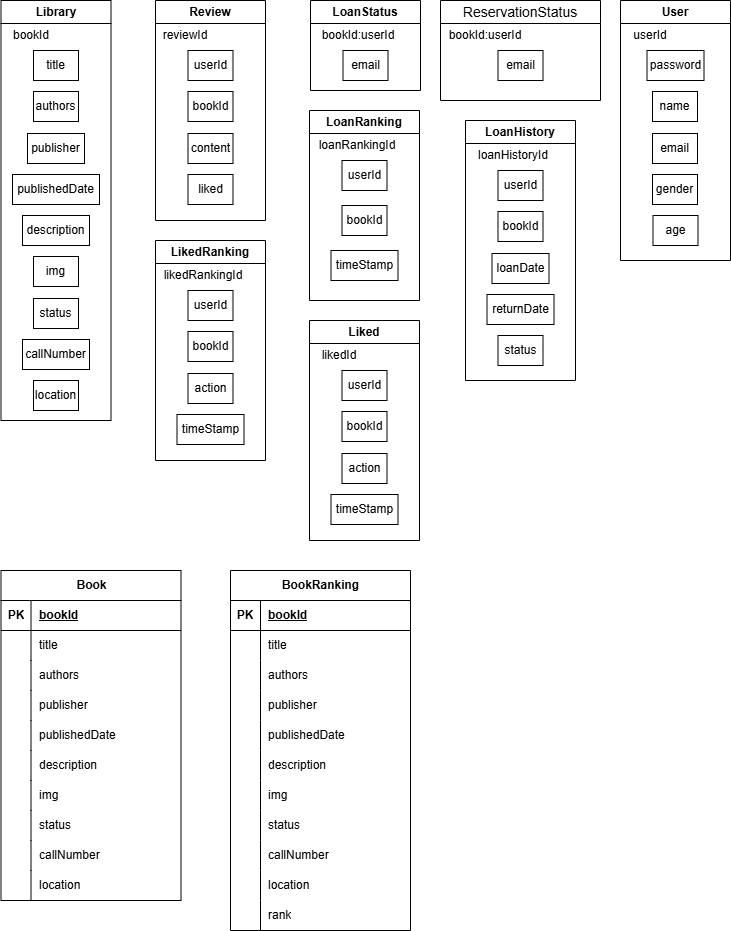
Before: Docs/도서관리_DB.png, a diagram exported from draw.io (minjuKwon/library-app). Source tidied: cells renumbered, new cells last; positions are measured from the earlier drawing's top-left corner, leaving out a move shared by most shapes.
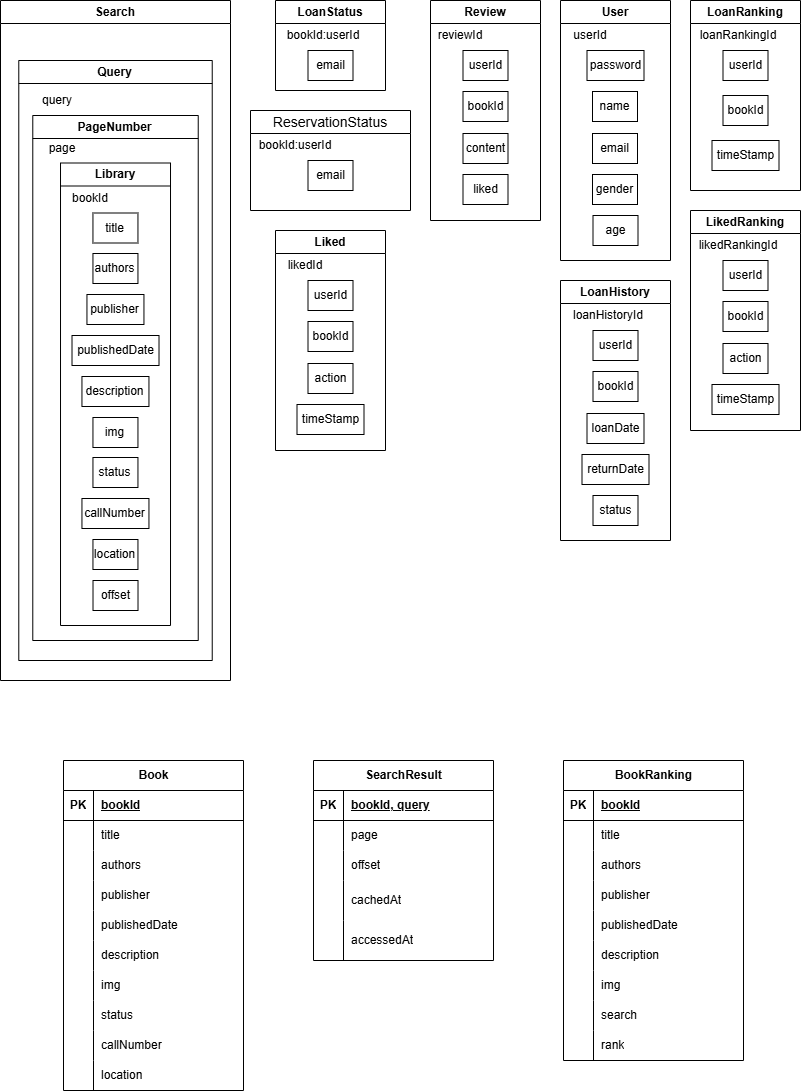
Later version of the same file.

Change to the diagram source:
```diff
@@ -2,41 +2,8 @@
   <root>
     <mxCell id="0" />
     <mxCell id="1" parent="0" />
-    <mxCell id="2" value="Library" style="swimlane;whiteSpace=wrap;html=1;" parent="1" vertex="1">
-      <mxGeometry x="0.5" width="110" height="420" as="geometry" />
-    </mxCell>
-    <mxCell id="3" value="bookId" style="text;html=1;align=center;verticalAlign=middle;whiteSpace=wrap;rounded=0;" parent="2" vertex="1">
-      <mxGeometry y="20" width="60" height="30" as="geometry" />
-    </mxCell>
-    <mxCell id="4" value="title" style="rounded=0;whiteSpace=wrap;html=1;flipH=1;flipV=0;" parent="2" vertex="1">
-      <mxGeometry x="32.5" y="50" width="45" height="30" as="geometry" />
-    </mxCell>
-    <mxCell id="5" value="authors" style="rounded=0;whiteSpace=wrap;html=1;flipH=1;flipV=0;" parent="2" vertex="1">
-      <mxGeometry x="32.5" y="91" width="45" height="30" as="geometry" />
-    </mxCell>
-    <mxCell id="6" value="publisher" style="rounded=0;whiteSpace=wrap;html=1;flipH=1;flipV=0;" parent="2" vertex="1">
-      <mxGeometry x="26.5" y="133" width="57" height="30" as="geometry" />
-    </mxCell>
-    <mxCell id="7" value="publishedDate" style="rounded=0;whiteSpace=wrap;html=1;flipH=1;flipV=0;" parent="2" vertex="1">
-      <mxGeometry x="11.5" y="174" width="87" height="30" as="geometry" />
-    </mxCell>
-    <mxCell id="8" value="description" style="rounded=0;whiteSpace=wrap;html=1;flipH=1;flipV=0;" parent="2" vertex="1">
-      <mxGeometry x="21.5" y="215" width="67" height="30" as="geometry" />
-    </mxCell>
-    <mxCell id="9" value="img" style="rounded=0;whiteSpace=wrap;html=1;flipH=1;flipV=0;" parent="2" vertex="1">
-      <mxGeometry x="32.5" y="256" width="45" height="30" as="geometry" />
-    </mxCell>
-    <mxCell id="10" value="s&lt;span style=&quot;background-color: transparent; color: light-dark(rgb(0, 0, 0), rgb(255, 255, 255));&quot;&gt;tatus&lt;/span&gt;" style="rounded=0;whiteSpace=wrap;html=1;flipH=1;flipV=0;" parent="2" vertex="1">
-      <mxGeometry x="32.5" y="298" width="45" height="30" as="geometry" />
-    </mxCell>
-    <mxCell id="11" value="callNumber" style="rounded=0;whiteSpace=wrap;html=1;flipH=1;flipV=0;" parent="2" vertex="1">
-      <mxGeometry x="21.5" y="339" width="67" height="30" as="geometry" />
-    </mxCell>
-    <mxCell id="12" value="location" style="rounded=0;whiteSpace=wrap;html=1;flipH=1;flipV=0;" parent="2" vertex="1">
-      <mxGeometry x="32.5" y="380" width="45" height="30" as="geometry" />
-    </mxCell>
     <mxCell id="13" value="Review" style="swimlane;whiteSpace=wrap;html=1;" parent="1" vertex="1">
-      <mxGeometry x="155" width="110" height="220" as="geometry" />
+      <mxGeometry x="390" y="-20" width="110" height="220" as="geometry" />
     </mxCell>
     <mxCell id="14" value="reviewId" style="text;html=1;align=center;verticalAlign=middle;whiteSpace=wrap;rounded=0;" parent="13" vertex="1">
       <mxGeometry y="20" width="60" height="30" as="geometry" />
@@ -54,7 +21,7 @@
       <mxGeometry x="32.5" y="174" width="45" height="30" as="geometry" />
     </mxCell>
     <mxCell id="19" value="LoanStatus" style="swimlane;whiteSpace=wrap;html=1;" parent="1" vertex="1">
-      <mxGeometry x="310" width="110" height="90" as="geometry" />
+      <mxGeometry x="235" y="-20" width="110" height="90" as="geometry" />
     </mxCell>
     <mxCell id="20" value="bookId:userId" style="text;html=1;align=center;verticalAlign=middle;whiteSpace=wrap;rounded=0;" parent="19" vertex="1">
       <mxGeometry x="17.5" y="20" width="60" height="30" as="geometry" />
@@ -63,7 +30,7 @@
       <mxGeometry x="32.5" y="50" width="45" height="30" as="geometry" />
     </mxCell>
     <mxCell id="22" value="&lt;span style=&quot;font-family: -apple-system, BlinkMacSystemFont, &amp;quot;Helvetica Neue&amp;quot;, Arial, &amp;quot;Microsoft Yahei&amp;quot;, simsun, &amp;quot;Apple SD Gothic Neo&amp;quot;, NanumGothic, Dotum, 새굴림, sans-serif; font-size: 14px; font-weight: 400; text-align: left;&quot;&gt;&lt;font style=&quot;color: rgb(0, 0, 0);&quot;&gt;ReservationStatus&lt;/font&gt;&lt;/span&gt;" style="swimlane;whiteSpace=wrap;html=1;" parent="1" vertex="1">
-      <mxGeometry x="440" width="160" height="100" as="geometry" />
+      <mxGeometry x="210" y="90" width="160" height="100" as="geometry" />
     </mxCell>
     <mxCell id="23" value="bookId:userId" style="text;html=1;align=center;verticalAlign=middle;whiteSpace=wrap;rounded=0;" parent="22" vertex="1">
       <mxGeometry x="15" y="20" width="60" height="30" as="geometry" />
@@ -72,7 +39,7 @@
       <mxGeometry x="57.5" y="50" width="45" height="30" as="geometry" />
     </mxCell>
     <mxCell id="25" value="User" style="swimlane;whiteSpace=wrap;html=1;" parent="1" vertex="1">
-      <mxGeometry x="620" width="110" height="260" as="geometry" />
+      <mxGeometry x="520" y="-20" width="110" height="260" as="geometry" />
     </mxCell>
     <mxCell id="26" value="userId" style="text;html=1;align=center;verticalAlign=middle;whiteSpace=wrap;rounded=0;" parent="25" vertex="1">
       <mxGeometry y="20" width="60" height="30" as="geometry" />
@@ -93,7 +60,7 @@
       <mxGeometry x="32.5" y="215" width="45" height="30" as="geometry" />
     </mxCell>
     <mxCell id="32" value="LoanRanking" style="swimlane;whiteSpace=wrap;html=1;startSize=23;" parent="1" vertex="1">
-      <mxGeometry x="309" y="110" width="110" height="190" as="geometry" />
+      <mxGeometry x="650" y="-20" width="110" height="190" as="geometry" />
     </mxCell>
     <mxCell id="33" value="loanRankingId" style="text;html=1;align=center;verticalAlign=middle;whiteSpace=wrap;rounded=0;" parent="32" vertex="1">
       <mxGeometry x="18" y="20" width="60" height="30" as="geometry" />
@@ -108,7 +75,7 @@
       <mxGeometry x="21.5" y="140" width="67" height="30" as="geometry" />
     </mxCell>
     <mxCell id="37" value="LikedRanking" style="swimlane;whiteSpace=wrap;html=1;" parent="1" vertex="1">
-      <mxGeometry x="155" y="240" width="110" height="220" as="geometry" />
+      <mxGeometry x="650" y="190" width="110" height="220" as="geometry" />
     </mxCell>
     <mxCell id="38" value="likedRankingId" style="text;html=1;align=center;verticalAlign=middle;whiteSpace=wrap;rounded=0;" parent="37" vertex="1">
       <mxGeometry x="18" y="20" width="60" height="30" as="geometry" />
@@ -126,7 +93,7 @@
       <mxGeometry x="21.5" y="174" width="67" height="30" as="geometry" />
     </mxCell>
     <mxCell id="43" value="LoanHistory" style="swimlane;whiteSpace=wrap;html=1;" parent="1" vertex="1">
-      <mxGeometry x="465" y="120" width="110" height="260" as="geometry" />
+      <mxGeometry x="520" y="260" width="110" height="260" as="geometry" />
     </mxCell>
     <mxCell id="44" value="loanHistoryId" style="text;html=1;align=center;verticalAlign=middle;whiteSpace=wrap;rounded=0;" parent="43" vertex="1">
       <mxGeometry x="18" y="20" width="60" height="30" as="geometry" />
@@ -147,7 +114,7 @@
       <mxGeometry x="32.5" y="215" width="45" height="30" as="geometry" />
     </mxCell>
     <mxCell id="50" value="Liked" style="swimlane;whiteSpace=wrap;html=1;" parent="1" vertex="1">
-      <mxGeometry x="309" y="320" width="110" height="220" as="geometry" />
+      <mxGeometry x="235" y="210" width="110" height="220" as="geometry" />
     </mxCell>
     <mxCell id="51" value="likedId" style="text;html=1;align=center;verticalAlign=middle;whiteSpace=wrap;rounded=0;" parent="50" vertex="1">
       <mxGeometry y="20" width="60" height="30" as="geometry" />
@@ -165,7 +132,7 @@
       <mxGeometry x="21.5" y="174" width="67" height="30" as="geometry" />
     </mxCell>
     <mxCell id="56" value="Book" style="shape=table;startSize=30;rowLines=0;fontStyle=1;align=center;html=1;" parent="1" vertex="1">
-      <mxGeometry x="0.5" y="570" width="180" height="330" as="geometry" />
+      <mxGeometry x="23" y="740" width="180" height="330" as="geometry" />
     </mxCell>
     <mxCell id="57" style="shape=tableRow;horizontal=0;startSize=0;swimlaneHead=0;swimlaneBody=0;fillColor=none;top=0;left=0;right=0;bottom=1;" parent="56" vertex="1">
       <mxGeometry y="30" width="180" height="30" as="geometry" />
@@ -258,7 +225,7 @@
       <mxGeometry x="30" width="150" height="30" as="geometry" />
     </mxCell>
     <mxCell id="87" value="BookRanking" style="shape=table;startSize=30;rowLines=0;fontStyle=1;align=center;html=1;" parent="1" vertex="1">
-      <mxGeometry x="230" y="570" width="180" height="360" as="geometry" />
+      <mxGeometry x="523" y="740" width="180" height="300" as="geometry" />
     </mxCell>
     <mxCell id="88" style="shape=tableRow;horizontal=0;startSize=0;swimlaneHead=0;swimlaneBody=0;fillColor=none;top=0;left=0;right=0;bottom=1;" parent="87" vertex="1">
       <mxGeometry y="30" width="180" height="30" as="geometry" />
@@ -323,41 +290,122 @@
     <mxCell id="108" value="img" style="shape=partialRectangle;fillColor=none;top=0;left=0;bottom=0;right=0;align=left;spacingLeft=6;overflow=hidden;whiteSpace=wrap;html=1;" parent="106" vertex="1">
       <mxGeometry x="30" width="150" height="30" as="geometry" />
     </mxCell>
-    <mxCell id="109" style="shape=tableRow;horizontal=0;startSize=0;swimlaneHead=0;swimlaneBody=0;fillColor=none;top=0;left=0;right=0;bottom=0;" parent="87" vertex="1">
-      <mxGeometry y="240" width="180" height="30" as="geometry" />
-    </mxCell>
-    <mxCell id="110" style="shape=partialRectangle;fillColor=none;top=0;left=0;bottom=0;right=0;overflow=hidden;whiteSpace=wrap;html=1;" parent="109" vertex="1">
-      <mxGeometry width="30" height="30" as="geometry" />
-    </mxCell>
-    <mxCell id="111" value="status" style="shape=partialRectangle;fillColor=none;top=0;left=0;bottom=0;right=0;align=left;spacingLeft=6;overflow=hidden;whiteSpace=wrap;html=1;" parent="109" vertex="1">
-      <mxGeometry x="30" width="150" height="30" as="geometry" />
-    </mxCell>
-    <mxCell id="112" style="shape=tableRow;horizontal=0;startSize=0;swimlaneHead=0;swimlaneBody=0;fillColor=none;top=0;left=0;right=0;bottom=0;" parent="87" vertex="1">
-      <mxGeometry y="270" width="180" height="30" as="geometry" />
-    </mxCell>
-    <mxCell id="113" style="shape=partialRectangle;fillColor=none;top=0;left=0;bottom=0;right=0;overflow=hidden;whiteSpace=wrap;html=1;" parent="112" vertex="1">
-      <mxGeometry width="30" height="30" as="geometry" />
-    </mxCell>
-    <mxCell id="114" value="callNumber" style="shape=partialRectangle;fillColor=none;top=0;left=0;bottom=0;right=0;align=left;spacingLeft=6;overflow=hidden;whiteSpace=wrap;html=1;" parent="112" vertex="1">
-      <mxGeometry x="30" width="150" height="30" as="geometry" />
-    </mxCell>
-    <mxCell id="115" style="shape=tableRow;horizontal=0;startSize=0;swimlaneHead=0;swimlaneBody=0;fillColor=none;top=0;left=0;right=0;bottom=0;" parent="87" vertex="1">
-      <mxGeometry y="300" width="180" height="30" as="geometry" />
-    </mxCell>
-    <mxCell id="116" style="shape=partialRectangle;fillColor=none;top=0;left=0;bottom=0;right=0;overflow=hidden;whiteSpace=wrap;html=1;" parent="115" vertex="1">
-      <mxGeometry width="30" height="30" as="geometry" />
-    </mxCell>
-    <mxCell id="117" value="location" style="shape=partialRectangle;fillColor=none;top=0;left=0;bottom=0;right=0;align=left;spacingLeft=6;overflow=hidden;whiteSpace=wrap;html=1;" parent="115" vertex="1">
-      <mxGeometry x="30" width="150" height="30" as="geometry" />
-    </mxCell>
     <mxCell id="118" style="shape=tableRow;horizontal=0;startSize=0;swimlaneHead=0;swimlaneBody=0;fillColor=none;top=0;left=0;right=0;bottom=0;" parent="87" vertex="1">
-      <mxGeometry y="330" width="180" height="30" as="geometry" />
+      <mxGeometry y="240" width="180" height="30" as="geometry" />
     </mxCell>
     <mxCell id="119" style="shape=partialRectangle;fillColor=none;top=0;left=0;bottom=0;right=0;overflow=hidden;whiteSpace=wrap;html=1;" parent="118" vertex="1">
       <mxGeometry width="30" height="30" as="geometry" />
     </mxCell>
-    <mxCell id="120" value="rank" style="shape=partialRectangle;fillColor=none;top=0;left=0;bottom=0;right=0;align=left;spacingLeft=6;overflow=hidden;whiteSpace=wrap;html=1;" parent="118" vertex="1">
+    <mxCell id="120" value="search" style="shape=partialRectangle;fillColor=none;top=0;left=0;bottom=0;right=0;align=left;spacingLeft=6;overflow=hidden;whiteSpace=wrap;html=1;" parent="118" vertex="1">
       <mxGeometry x="30" width="150" height="30" as="geometry" />
     </mxCell>
+    <mxCell id="112" style="shape=tableRow;horizontal=0;startSize=0;swimlaneHead=0;swimlaneBody=0;fillColor=none;top=0;left=0;right=0;bottom=0;" parent="87" vertex="1">
+      <mxGeometry y="270" width="180" height="30" as="geometry" />
+    </mxCell>
+    <mxCell id="121" style="shape=partialRectangle;fillColor=none;top=0;left=0;bottom=0;right=0;overflow=hidden;whiteSpace=wrap;html=1;" parent="112" vertex="1">
+      <mxGeometry width="30" height="30" as="geometry" />
+    </mxCell>
+    <mxCell id="122" value="rank" style="shape=partialRectangle;fillColor=none;top=0;left=0;bottom=0;right=0;align=left;spacingLeft=6;overflow=hidden;whiteSpace=wrap;html=1;" parent="112" vertex="1">
+      <mxGeometry x="30" width="150" height="30" as="geometry" />
+    </mxCell>
+    <mxCell id="123" value="SearchResult" style="shape=table;startSize=30;rowLines=0;fontStyle=1;align=center;html=1;" parent="1" vertex="1">
+      <mxGeometry x="273" y="740" width="180" height="200" as="geometry" />
+    </mxCell>
+    <mxCell id="124" style="shape=tableRow;horizontal=0;startSize=0;swimlaneHead=0;swimlaneBody=0;fillColor=none;top=0;left=0;right=0;bottom=1;" parent="123" vertex="1">
+      <mxGeometry y="30" width="180" height="30" as="geometry" />
+    </mxCell>
+    <mxCell id="125" value="PK" style="shape=partialRectangle;fillColor=none;top=0;left=0;bottom=0;right=0;fontStyle=1;overflow=hidden;whiteSpace=wrap;html=1;" parent="124" vertex="1">
+      <mxGeometry width="30" height="30" as="geometry" />
+    </mxCell>
+    <mxCell id="126" value="bookId, query" style="shape=partialRectangle;fillColor=none;top=0;left=0;bottom=0;right=0;align=left;spacingLeft=6;fontStyle=5;overflow=hidden;whiteSpace=wrap;html=1;" parent="124" vertex="1">
+      <mxGeometry x="30" width="150" height="30" as="geometry" />
+    </mxCell>
+    <mxCell id="127" style="shape=tableRow;horizontal=0;startSize=0;swimlaneHead=0;swimlaneBody=0;fillColor=none;top=0;left=0;right=0;bottom=0;" parent="123" vertex="1">
+      <mxGeometry y="60" width="180" height="30" as="geometry" />
+    </mxCell>
+    <mxCell id="128" style="shape=partialRectangle;fillColor=none;top=0;left=0;bottom=0;right=0;overflow=hidden;whiteSpace=wrap;html=1;" parent="127" vertex="1">
+      <mxGeometry width="30" height="30" as="geometry" />
+    </mxCell>
+    <mxCell id="129" value="page" style="shape=partialRectangle;fillColor=none;top=0;left=0;bottom=0;right=0;align=left;spacingLeft=6;overflow=hidden;whiteSpace=wrap;html=1;" parent="127" vertex="1">
+      <mxGeometry x="30" width="150" height="30" as="geometry" />
+    </mxCell>
+    <mxCell id="130" style="shape=tableRow;horizontal=0;startSize=0;swimlaneHead=0;swimlaneBody=0;fillColor=none;top=0;left=0;right=0;bottom=0;" parent="123" vertex="1">
+      <mxGeometry y="90" width="180" height="30" as="geometry" />
+    </mxCell>
+    <mxCell id="131" style="shape=partialRectangle;fillColor=none;top=0;left=0;bottom=0;right=0;overflow=hidden;whiteSpace=wrap;html=1;" parent="130" vertex="1">
+      <mxGeometry width="30" height="30" as="geometry" />
+    </mxCell>
+    <mxCell id="132" value="offset" style="shape=partialRectangle;fillColor=none;top=0;left=0;bottom=0;right=0;align=left;spacingLeft=6;overflow=hidden;whiteSpace=wrap;html=1;" parent="130" vertex="1">
+      <mxGeometry x="30" width="150" height="30" as="geometry" />
+    </mxCell>
+    <mxCell id="133" style="shape=tableRow;horizontal=0;startSize=0;swimlaneHead=0;swimlaneBody=0;fillColor=none;top=0;left=0;right=0;bottom=0;" parent="123" vertex="1">
+      <mxGeometry y="120" width="180" height="40" as="geometry" />
+    </mxCell>
+    <mxCell id="134" style="shape=partialRectangle;fillColor=none;top=0;left=0;bottom=0;right=0;overflow=hidden;whiteSpace=wrap;html=1;" parent="133" vertex="1">
+      <mxGeometry width="30" height="40" as="geometry" />
+    </mxCell>
+    <mxCell id="135" value="cachedAt" style="shape=partialRectangle;fillColor=none;top=0;left=0;bottom=0;right=0;align=left;spacingLeft=6;overflow=hidden;whiteSpace=wrap;html=1;" parent="133" vertex="1">
+      <mxGeometry x="30" width="150" height="40" as="geometry" />
+    </mxCell>
+    <mxCell id="136" style="shape=tableRow;horizontal=0;startSize=0;swimlaneHead=0;swimlaneBody=0;fillColor=none;top=0;left=0;right=0;bottom=0;" parent="123" vertex="1">
+      <mxGeometry y="160" width="180" height="40" as="geometry" />
+    </mxCell>
+    <mxCell id="137" style="shape=partialRectangle;fillColor=none;top=0;left=0;bottom=0;right=0;overflow=hidden;whiteSpace=wrap;html=1;" parent="136" vertex="1">
+      <mxGeometry width="30" height="40" as="geometry" />
+    </mxCell>
+    <mxCell id="138" value="accessedAt" style="shape=partialRectangle;fillColor=none;top=0;left=0;bottom=0;right=0;align=left;spacingLeft=6;overflow=hidden;whiteSpace=wrap;html=1;" parent="136" vertex="1">
+      <mxGeometry x="30" width="150" height="40" as="geometry" />
+    </mxCell>
+    <mxCell id="139" value="Search" style="swimlane;whiteSpace=wrap;html=1;" parent="1" vertex="1">
+      <mxGeometry x="-40" y="-20" width="230" height="680" as="geometry" />
+    </mxCell>
+    <mxCell id="140" value="Query" style="swimlane;whiteSpace=wrap;html=1;" parent="139" vertex="1">
+      <mxGeometry x="18.3" y="60" width="193.4" height="600" as="geometry" />
+    </mxCell>
+    <mxCell id="141" value="PageNumber" style="swimlane;whiteSpace=wrap;html=1;" parent="140" vertex="1">
+      <mxGeometry x="14" y="55" width="165.4" height="525" as="geometry" />
+    </mxCell>
+    <mxCell id="2" value="Library" style="swimlane;whiteSpace=wrap;html=1;" parent="141" vertex="1">
+      <mxGeometry x="27.7" y="47.5" width="110" height="462.5" as="geometry" />
+    </mxCell>
+    <mxCell id="3" value="bookId" style="text;html=1;align=center;verticalAlign=middle;whiteSpace=wrap;rounded=0;" parent="2" vertex="1">
+      <mxGeometry y="20" width="60" height="30" as="geometry" />
+    </mxCell>
+    <mxCell id="4" value="title" style="rounded=0;whiteSpace=wrap;html=1;flipH=1;flipV=0;" parent="2" vertex="1">
+      <mxGeometry x="32.5" y="50" width="45" height="30" as="geometry" />
+    </mxCell>
+    <mxCell id="5" value="authors" style="rounded=0;whiteSpace=wrap;html=1;flipH=1;flipV=0;" parent="2" vertex="1">
+      <mxGeometry x="32.5" y="90.5" width="45" height="30" as="geometry" />
+    </mxCell>
+    <mxCell id="6" value="publisher" style="rounded=0;whiteSpace=wrap;html=1;flipH=1;flipV=0;" parent="2" vertex="1">
+      <mxGeometry x="26.5" y="131.5" width="57" height="30" as="geometry" />
+    </mxCell>
+    <mxCell id="7" value="publishedDate" style="rounded=0;whiteSpace=wrap;html=1;flipH=1;flipV=0;" parent="2" vertex="1">
+      <mxGeometry x="11.5" y="172.5" width="87" height="30" as="geometry" />
+    </mxCell>
+    <mxCell id="8" value="description" style="rounded=0;whiteSpace=wrap;html=1;flipH=1;flipV=0;" parent="2" vertex="1">
+      <mxGeometry x="21.5" y="213.5" width="67" height="30" as="geometry" />
+    </mxCell>
+    <mxCell id="9" value="img" style="rounded=0;whiteSpace=wrap;html=1;flipH=1;flipV=0;" parent="2" vertex="1">
+      <mxGeometry x="32.5" y="254.5" width="45" height="30" as="geometry" />
+    </mxCell>
+    <mxCell id="10" value="s&lt;span style=&quot;background-color: transparent; color: light-dark(rgb(0, 0, 0), rgb(255, 255, 255));&quot;&gt;tatus&lt;/span&gt;" style="rounded=0;whiteSpace=wrap;html=1;flipH=1;flipV=0;" parent="2" vertex="1">
+      <mxGeometry x="32.5" y="294.5" width="45" height="30" as="geometry" />
+    </mxCell>
+    <mxCell id="11" value="callNumber" style="rounded=0;whiteSpace=wrap;html=1;flipH=1;flipV=0;" parent="2" vertex="1">
+      <mxGeometry x="21.5" y="335.5" width="67" height="30" as="geometry" />
+    </mxCell>
+    <mxCell id="12" value="location" style="rounded=0;whiteSpace=wrap;html=1;flipH=1;flipV=0;" parent="2" vertex="1">
+      <mxGeometry x="32.5" y="376.5" width="45" height="30" as="geometry" />
+    </mxCell>
+    <mxCell id="142" value="offset" style="rounded=0;whiteSpace=wrap;html=1;flipH=1;flipV=0;" parent="2" vertex="1">
+      <mxGeometry x="32.5" y="417.5" width="45" height="30" as="geometry" />
+    </mxCell>
+    <mxCell id="143" value="page" style="text;html=1;align=center;verticalAlign=middle;whiteSpace=wrap;rounded=0;" parent="141" vertex="1">
+      <mxGeometry y="17.5" width="60" height="30" as="geometry" />
+    </mxCell>
+    <mxCell id="144" value="query" style="text;html=1;align=center;verticalAlign=middle;whiteSpace=wrap;rounded=0;" parent="140" vertex="1">
+      <mxGeometry x="8.8" y="25" width="60" height="30" as="geometry" />
+    </mxCell>
   </root>
 </mxGraphModel>
```
